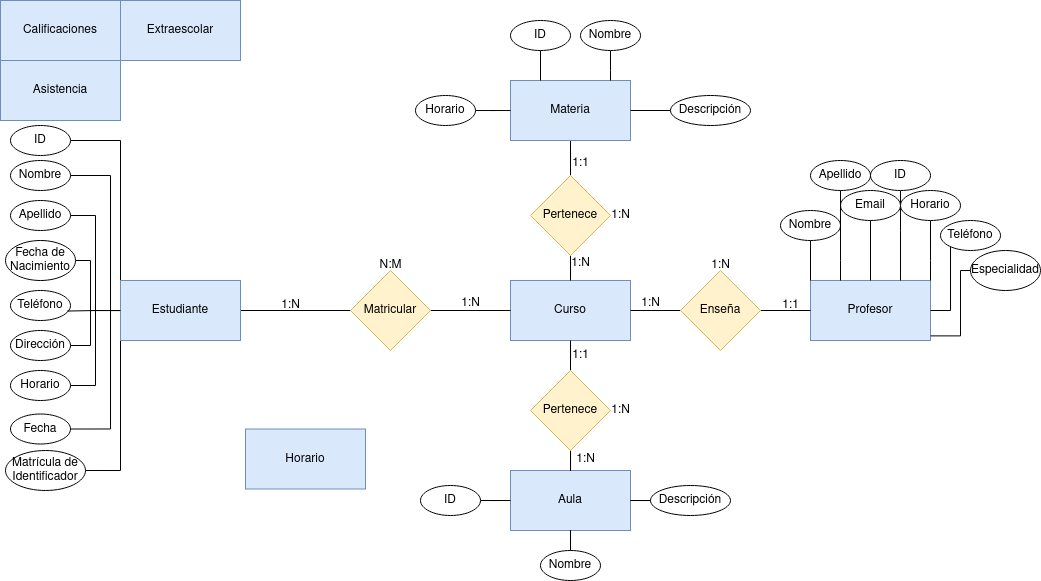
GermanOjeda/base-datos keeps this draw.io diagram as diagrama-tarea2.png. Above is the earlier version. Source tidied: cells renumbered, new cells last; positions are measured from the earlier drawing's top-left corner, leaving out a move shared by most shapes.
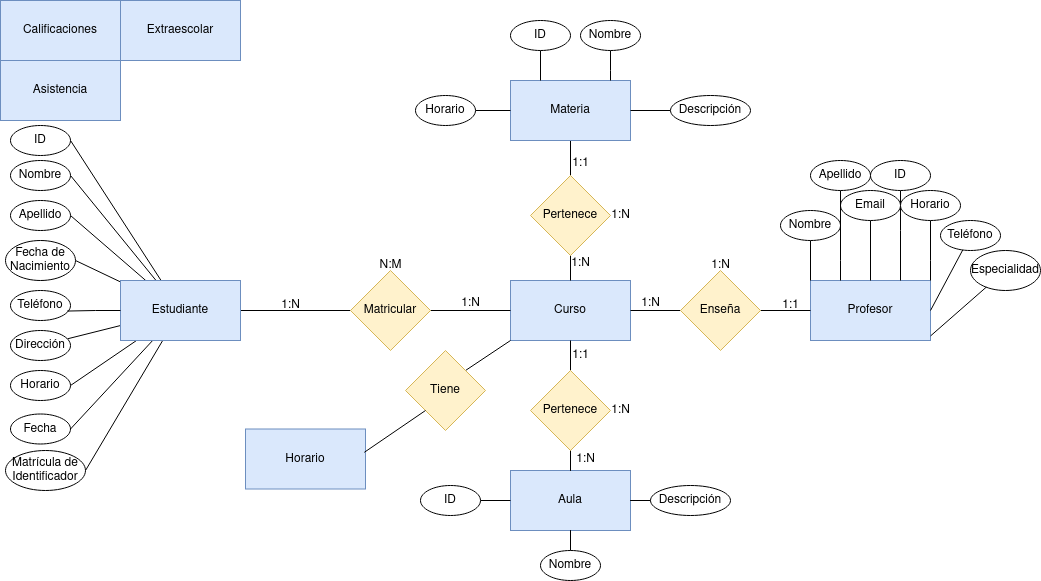
After the change.

What changed in the source:
```diff
@@ -5,57 +5,29 @@
     <mxCell id="2" style="edgeStyle=orthogonalEdgeStyle;rounded=0;jettySize=auto;html=1;endArrow=none;endFill=0;" parent="1" edge="1" source="11" target="15">
       <mxGeometry relative="1" as="geometry" />
     </mxCell>
-    <mxCell id="3" style="edgeStyle=orthogonalEdgeStyle;rounded=0;jettySize=auto;html=1;entryX=1;entryY=0.5;entryDx=0;entryDy=0;endArrow=none;endFill=0;" parent="1" edge="1" source="11" target="17">
-      <mxGeometry relative="1" as="geometry">
-        <Array as="points">
-          <mxPoint x="120" y="140" />
-        </Array>
-      </mxGeometry>
+    <mxCell id="3" style="rounded=0;jettySize=auto;html=1;entryX=1;entryY=0.5;entryDx=0;entryDy=0;endArrow=none;endFill=0;" parent="1" edge="1" source="11" target="17">
+      <mxGeometry relative="1" as="geometry" />
     </mxCell>
-    <mxCell id="4" style="edgeStyle=orthogonalEdgeStyle;rounded=0;jettySize=auto;html=1;entryX=1;entryY=0.5;entryDx=0;entryDy=0;endArrow=none;endFill=0;" parent="1" edge="1" source="11" target="19">
-      <mxGeometry relative="1" as="geometry">
-        <Array as="points">
-          <mxPoint x="110" y="310" />
-          <mxPoint x="110" y="175" />
-        </Array>
-      </mxGeometry>
+    <mxCell id="4" style="rounded=0;jettySize=auto;html=1;entryX=1;entryY=0.5;entryDx=0;entryDy=0;endArrow=none;endFill=0;" parent="1" edge="1" source="11" target="19">
+      <mxGeometry relative="1" as="geometry" />
     </mxCell>
-    <mxCell id="5" style="edgeStyle=orthogonalEdgeStyle;rounded=0;jettySize=auto;html=1;entryX=1;entryY=0.5;entryDx=0;entryDy=0;endArrow=none;endFill=0;" parent="1" edge="1" source="11" target="20">
+    <mxCell id="5" style="rounded=0;jettySize=auto;html=1;entryX=1;entryY=0.5;entryDx=0;entryDy=0;endArrow=none;endFill=0;" parent="1" edge="1" source="11" target="20">
       <mxGeometry relative="1" as="geometry" />
     </mxCell>
-    <mxCell id="6" style="edgeStyle=orthogonalEdgeStyle;rounded=0;jettySize=auto;html=1;entryX=1;entryY=0.5;entryDx=0;entryDy=0;endArrow=none;endFill=0;" parent="1" edge="1" source="11" target="18">
-      <mxGeometry relative="1" as="geometry">
-        <Array as="points">
-          <mxPoint x="90" y="310" />
-          <mxPoint x="90" y="260" />
-        </Array>
-      </mxGeometry>
+    <mxCell id="6" style="rounded=0;jettySize=auto;html=1;entryX=1;entryY=0.5;entryDx=0;entryDy=0;endArrow=none;endFill=0;" parent="1" edge="1" source="11" target="18">
+      <mxGeometry relative="1" as="geometry" />
     </mxCell>
-    <mxCell id="7" style="edgeStyle=orthogonalEdgeStyle;rounded=0;jettySize=auto;html=1;endArrow=none;endFill=0;" parent="1" edge="1" source="11" target="16">
-      <mxGeometry relative="1" as="geometry">
-        <Array as="points">
-          <mxPoint x="90" y="310" />
-          <mxPoint x="90" y="345" />
-        </Array>
-      </mxGeometry>
+    <mxCell id="7" style="rounded=0;jettySize=auto;html=1;endArrow=none;endFill=0;" parent="1" edge="1" source="11" target="16">
+      <mxGeometry relative="1" as="geometry" />
     </mxCell>
-    <mxCell id="8" style="edgeStyle=orthogonalEdgeStyle;rounded=0;jettySize=auto;html=1;entryX=1;entryY=0.5;entryDx=0;entryDy=0;endArrow=none;endFill=0;" parent="1" edge="1" source="11" target="22">
+    <mxCell id="8" style="rounded=0;jettySize=auto;html=1;entryX=1;entryY=0.5;entryDx=0;entryDy=0;endArrow=none;endFill=0;" parent="1" edge="1" source="11" target="22">
       <mxGeometry relative="1" as="geometry" />
     </mxCell>
-    <mxCell id="9" style="edgeStyle=orthogonalEdgeStyle;rounded=0;jettySize=auto;html=1;entryX=1;entryY=0.5;entryDx=0;entryDy=0;endArrow=none;endFill=0;" parent="1" edge="1" source="11" target="24">
-      <mxGeometry relative="1" as="geometry">
-        <Array as="points">
-          <mxPoint x="110" y="310" />
-          <mxPoint x="110" y="428" />
-        </Array>
-      </mxGeometry>
+    <mxCell id="9" style="rounded=0;jettySize=auto;html=1;entryX=1;entryY=0.5;entryDx=0;entryDy=0;endArrow=none;endFill=0;" parent="1" edge="1" source="11" target="24">
+      <mxGeometry relative="1" as="geometry" />
     </mxCell>
-    <mxCell id="10" style="edgeStyle=orthogonalEdgeStyle;rounded=0;jettySize=auto;html=1;entryX=1;entryY=0.5;entryDx=0;entryDy=0;endArrow=none;endFill=0;" parent="1" edge="1" source="11" target="23">
-      <mxGeometry relative="1" as="geometry">
-        <Array as="points">
-          <mxPoint x="120" y="470" />
-        </Array>
-      </mxGeometry>
+    <mxCell id="10" style="rounded=0;jettySize=auto;html=1;entryX=1;entryY=0.5;entryDx=0;entryDy=0;endArrow=none;endFill=0;" parent="1" edge="1" source="11" target="23">
+      <mxGeometry relative="1" as="geometry" />
     </mxCell>
     <mxCell id="11" value="Estudiante" style="rounded=0;whiteSpace=wrap;html=1;fillColor=#dae8fc;strokeColor=#6c8ebf;" parent="1" vertex="1">
       <mxGeometry x="120" y="280" width="120" height="60" as="geometry" />
@@ -170,12 +142,8 @@
     <mxCell id="46" value="Especialidad" style="ellipse;whiteSpace=wrap;html=1;" parent="1" vertex="1">
       <mxGeometry x="970" y="250" width="70" height="40" as="geometry" />
     </mxCell>
-    <mxCell id="47" style="edgeStyle=orthogonalEdgeStyle;rounded=0;jettySize=auto;html=1;entryX=1;entryY=0.5;entryDx=0;entryDy=0;endArrow=none;endFill=0;" parent="1" edge="1" source="48" target="29">
-      <mxGeometry relative="1" as="geometry">
-        <Array as="points">
-          <mxPoint x="950" y="310" />
-        </Array>
-      </mxGeometry>
+    <mxCell id="47" style="rounded=0;jettySize=auto;html=1;entryX=1;entryY=0.5;entryDx=0;entryDy=0;endArrow=none;endFill=0;" parent="1" edge="1" source="48" target="29">
+      <mxGeometry relative="1" as="geometry" />
     </mxCell>
     <mxCell id="48" value="Teléfono" style="ellipse;whiteSpace=wrap;html=1;" parent="1" vertex="1">
       <mxGeometry x="940" y="220" width="60" height="30" as="geometry" />
@@ -208,13 +176,8 @@
     <mxCell id="54" value="Apellido" style="ellipse;whiteSpace=wrap;html=1;" parent="1" vertex="1">
       <mxGeometry x="810" y="160" width="60" height="30" as="geometry" />
     </mxCell>
-    <mxCell id="55" style="edgeStyle=orthogonalEdgeStyle;rounded=0;jettySize=auto;html=1;entryX=1.001;entryY=0.923;entryDx=0;entryDy=0;entryPerimeter=0;endArrow=none;endFill=0;" parent="1" edge="1" source="46" target="29">
-      <mxGeometry relative="1" as="geometry">
-        <Array as="points">
-          <mxPoint x="960" y="270" />
-          <mxPoint x="960" y="335" />
-        </Array>
-      </mxGeometry>
+    <mxCell id="55" style="rounded=0;jettySize=auto;html=1;entryX=1.001;entryY=0.923;entryDx=0;entryDy=0;entryPerimeter=0;endArrow=none;endFill=0;" parent="1" edge="1" source="46" target="29">
+      <mxGeometry relative="1" as="geometry" />
     </mxCell>
     <mxCell id="56" style="edgeStyle=orthogonalEdgeStyle;rounded=0;jettySize=auto;html=1;entryX=0.5;entryY=1;entryDx=0;entryDy=0;endArrow=none;endFill=0;" parent="1" edge="1" source="13" target="57">
       <mxGeometry relative="1" as="geometry" />
@@ -301,5 +264,14 @@
     <mxCell id="80" value="Descripción" style="ellipse;whiteSpace=wrap;html=1;" parent="1" vertex="1">
       <mxGeometry x="650" y="485" width="80" height="30" as="geometry" />
     </mxCell>
+    <mxCell id="81" style="rounded=0;jettySize=auto;html=1;exitX=1;exitY=0;exitDx=0;exitDy=0;entryX=0;entryY=1;entryDx=0;entryDy=0;endArrow=none;endFill=0;" parent="1" edge="1" source="82" target="13">
+      <mxGeometry relative="1" as="geometry" />
+    </mxCell>
+    <mxCell id="82" value="Tiene" style="rhombus;whiteSpace=wrap;html=1;fillColor=#fff2cc;strokeColor=#d6b656;" parent="1" vertex="1">
+      <mxGeometry x="405" y="350" width="80" height="80" as="geometry" />
+    </mxCell>
+    <mxCell id="83" style="rounded=0;jettySize=auto;html=1;exitX=0;exitY=1;exitDx=0;exitDy=0;entryX=0.99;entryY=0.389;entryDx=0;entryDy=0;entryPerimeter=0;endArrow=none;endFill=0;" parent="1" edge="1" source="82" target="40">
+      <mxGeometry relative="1" as="geometry" />
+    </mxCell>
   </root>
 </mxGraphModel>
```
